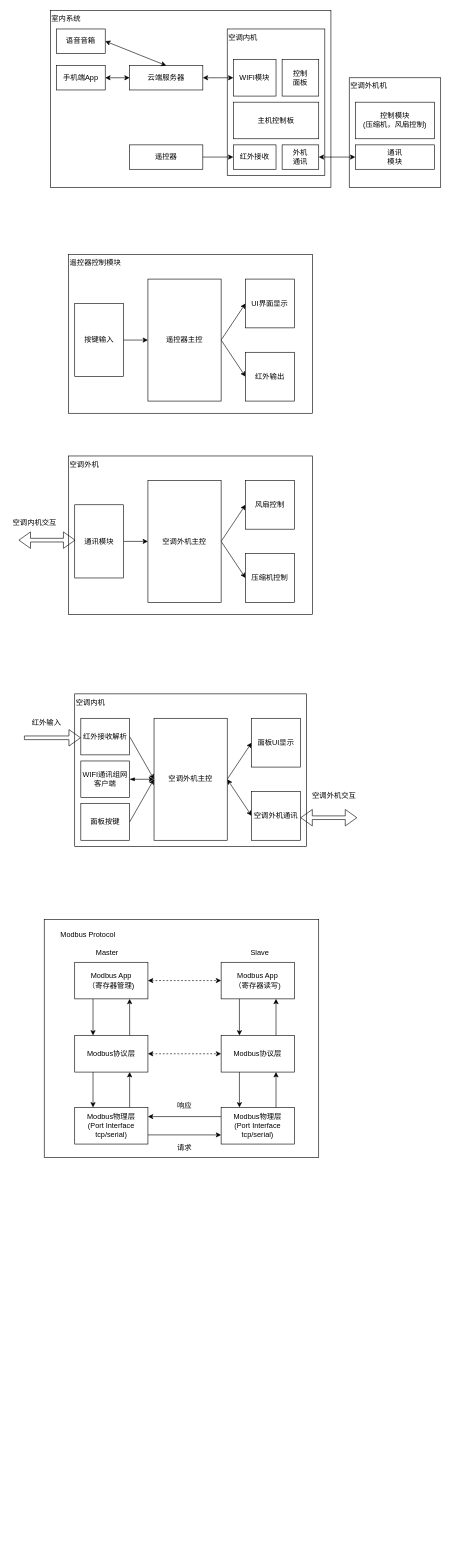
Above: page "application" (16 of 16) of src/file/tree.drawio in zc110747/build_embed_linux_system (draw.io), before the change. Source tidied: cells renumbered, new cells numbered last; positions are measured from the earlier drawing's top-left corner, leaving out a move shared by most shapes. Both pictures are drawn from the tidied source at 61%, with x=0, y=0 at pixel (10, 10).
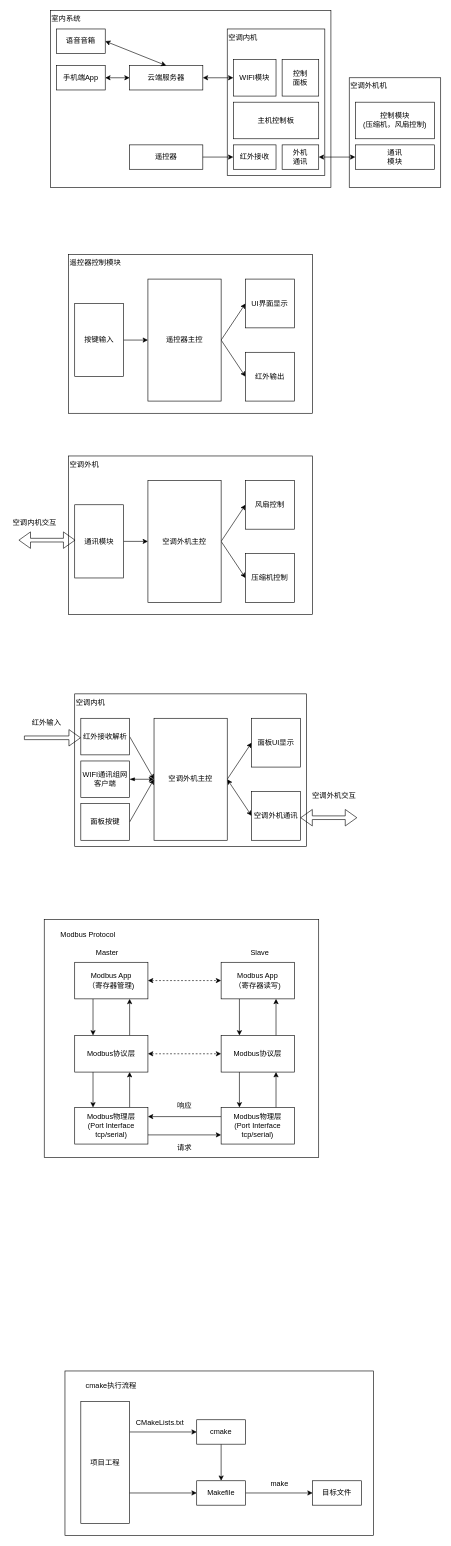
Above is the later version.

Change to the diagram source:
```diff
@@
+    <mxCell id="79" style="rounded=0;whiteSpace=wrap;html=1;" parent="1" vertex="1">
+      <mxGeometry x="89" y="2230" width="506" height="270" as="geometry" />
+    </mxCell>
@@
+    <mxCell id="80" style="edgeStyle=none;html=1;exitX=1;exitY=0.25;exitDx=0;exitDy=0;" parent="1" edge="1" source="81" target="83">
+      <mxGeometry relative="1" as="geometry" />
+    </mxCell>
+    <mxCell id="81" value="项目工程" style="rounded=0;whiteSpace=wrap;html=1;" parent="1" vertex="1">
+      <mxGeometry x="115" y="2280" width="80" height="200" as="geometry" />
+    </mxCell>
+    <mxCell id="82" style="edgeStyle=none;html=1;exitX=0.5;exitY=1;exitDx=0;exitDy=0;entryX=0.5;entryY=0;entryDx=0;entryDy=0;" parent="1" edge="1" source="83" target="85">
+      <mxGeometry relative="1" as="geometry" />
+    </mxCell>
+    <mxCell id="83" value="cmake" style="rounded=0;whiteSpace=wrap;html=1;" parent="1" vertex="1">
+      <mxGeometry x="305" y="2310" width="80" height="40" as="geometry" />
+    </mxCell>
+    <mxCell id="84" style="edgeStyle=none;html=1;entryX=0;entryY=0.5;entryDx=0;entryDy=0;" parent="1" edge="1" source="85" target="86">
+      <mxGeometry relative="1" as="geometry" />
+    </mxCell>
+    <mxCell id="85" value="Makefile" style="rounded=0;whiteSpace=wrap;html=1;" parent="1" vertex="1">
+      <mxGeometry x="305" y="2410" width="80" height="40" as="geometry" />
+    </mxCell>
+    <mxCell id="86" value="目标文件" style="rounded=0;whiteSpace=wrap;html=1;" parent="1" vertex="1">
+      <mxGeometry x="495" y="2410" width="80" height="40" as="geometry" />
+    </mxCell>
+    <mxCell id="87" style="edgeStyle=none;html=1;exitX=1;exitY=0.75;exitDx=0;exitDy=0;entryX=0;entryY=0.5;entryDx=0;entryDy=0;" parent="1" edge="1" source="81" target="85">
+      <mxGeometry relative="1" as="geometry" />
+    </mxCell>
+    <mxCell id="88" value="CMakeLists.txt" style="text;html=1;align=center;verticalAlign=middle;whiteSpace=wrap;rounded=0;" parent="1" vertex="1">
+      <mxGeometry x="195" y="2300" width="100" height="30" as="geometry" />
+    </mxCell>
+    <mxCell id="89" value="make" style="text;html=1;align=center;verticalAlign=middle;whiteSpace=wrap;rounded=0;" parent="1" vertex="1">
+      <mxGeometry x="391" y="2400" width="100" height="30" as="geometry" />
+    </mxCell>
+    <mxCell id="90" value="cmake执行流程" style="text;html=1;align=center;verticalAlign=middle;whiteSpace=wrap;rounded=0;" parent="1" vertex="1">
+      <mxGeometry x="105" y="2240" width="120" height="30" as="geometry" />
+    </mxCell>
```
